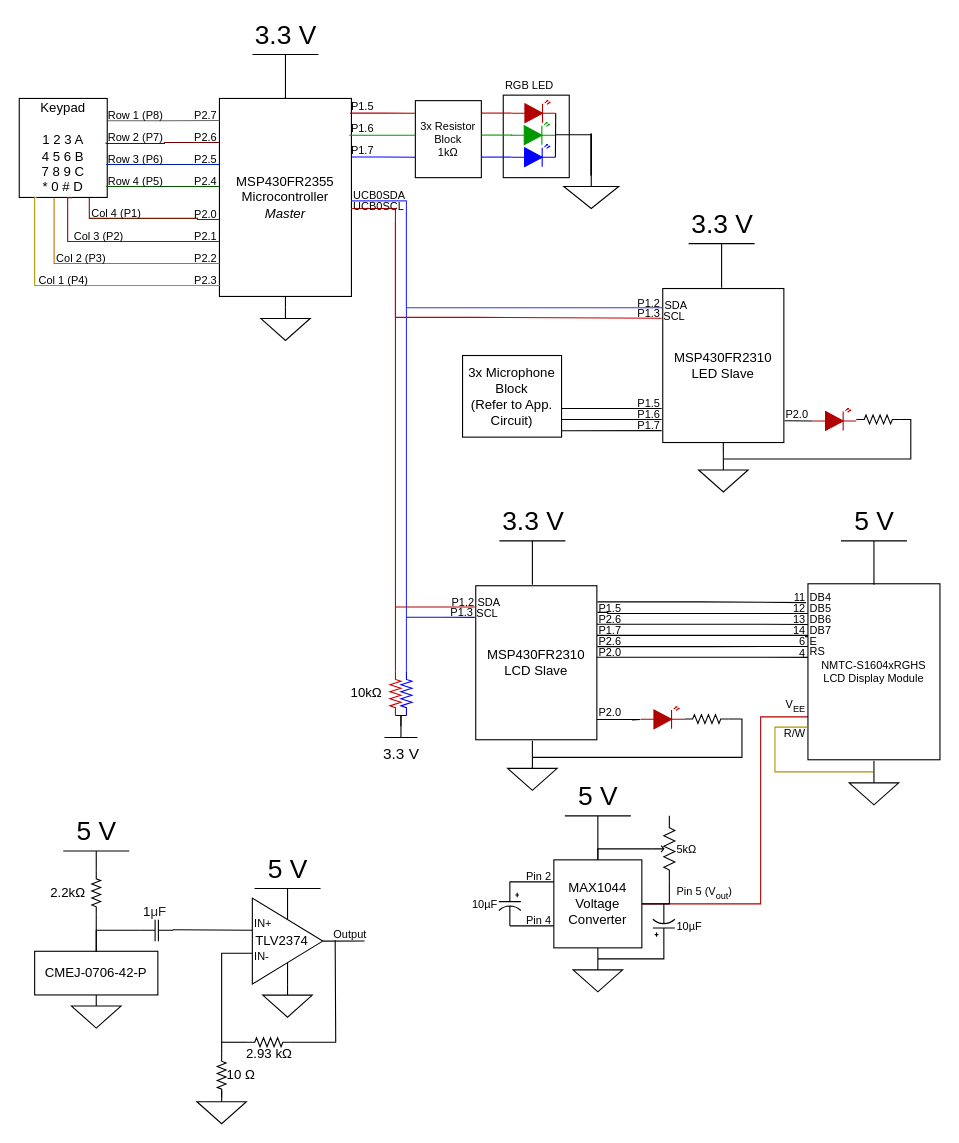
The draw.io diagram docs/assets/CircuitDiagram-gabby.drawio in msu-eele-465/final-project-gabriellaLord, before the edit. Source tidied: cells renumbered, new cells numbered last; positions are measured from the earlier drawing's top-left corner, leaving out a move shared by most shapes. Both pictures are drawn from the tidied source at 110%, with x=0, y=0 at pixel (19, 54).
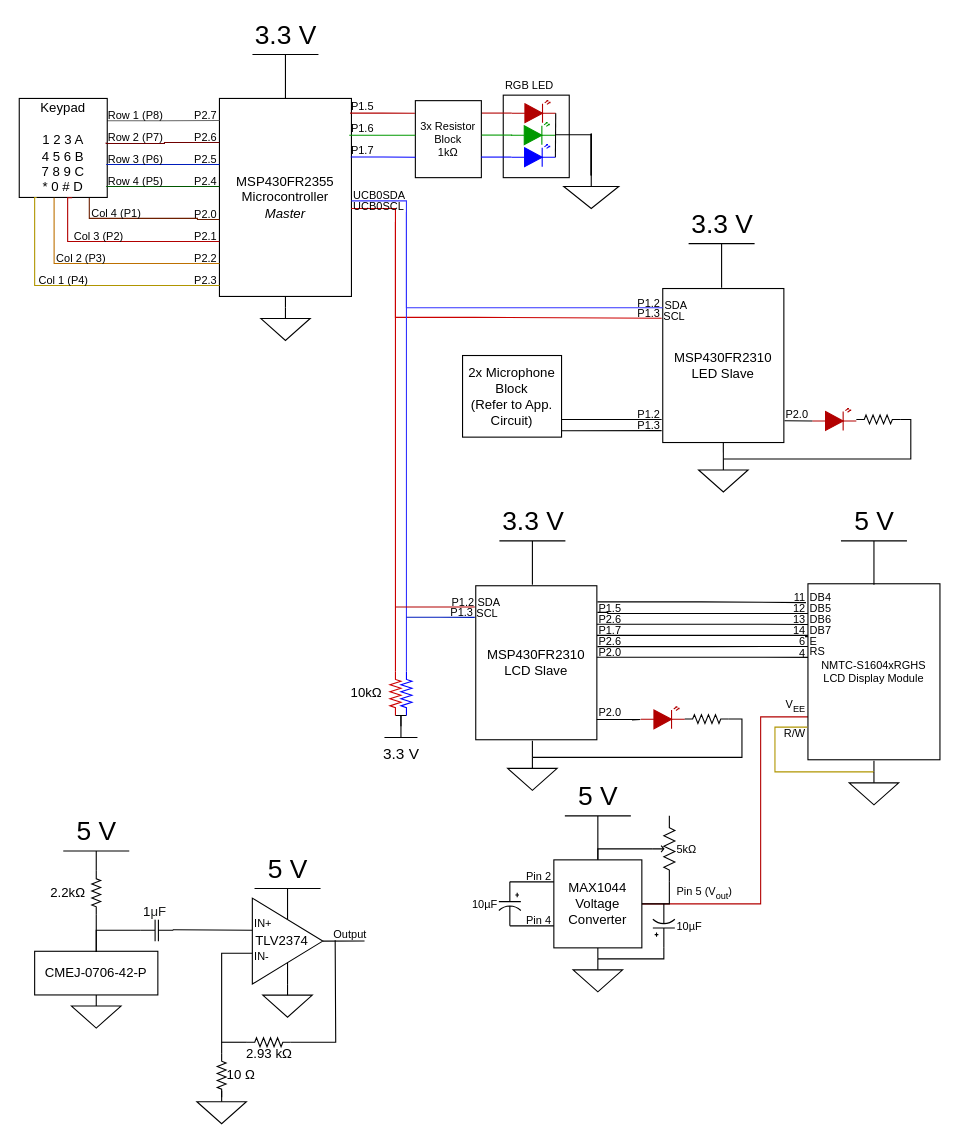
The same page after the edit.

What changed in the source:
```diff
@@
-    <mxCell id="150" value="3x Microphone Block&lt;br&gt;(Refer to App. Circuit)" style="rounded=0;whiteSpace=wrap;html=1;fontFamily=Helvetica;fontSize=12;" parent="1" vertex="1">
+    <mxCell id="150" value="2x Microphone Block&lt;br&gt;(Refer to App. Circuit)" style="rounded=0;whiteSpace=wrap;html=1;fontFamily=Helvetica;fontSize=12;" parent="1" vertex="1">
       <mxGeometry x="403" y="273.7" width="90" height="74.2" as="geometry" />
     </mxCell>
@@
-    <mxCell id="152" style="endArrow=none;html=1;rounded=0;fontFamily=Helvetica;fontSize=12;exitX=1;exitY=0.921;exitDx=0;exitDy=0;exitPerimeter=0;" parent="1" edge="1">
-      <mxGeometry relative="1" as="geometry">
-        <mxPoint x="493" y="321.8" as="sourcePoint" />
-        <mxPoint x="584" y="321.9" as="targetPoint" />
-      </mxGeometry>
-    </mxCell>
@@
-    <mxCell id="157" value="P1.5" style="text;html=1;strokeColor=none;fillColor=none;align=right;verticalAlign=middle;whiteSpace=wrap;rounded=0;fontSize=10;" parent="1" vertex="1">
-      <mxGeometry x="555.1" y="311.8" width="30" height="10" as="geometry" />
-    </mxCell>
-    <mxCell id="158" value="P1.6" style="text;html=1;strokeColor=none;fillColor=none;align=right;verticalAlign=middle;whiteSpace=wrap;rounded=0;fontSize=10;" parent="1" vertex="1">
+    <mxCell id="158" value="P1.2" style="text;html=1;strokeColor=none;fillColor=none;align=right;verticalAlign=middle;whiteSpace=wrap;rounded=0;fontSize=10;" parent="1" vertex="1">
       <mxGeometry x="555" y="321.8" width="30" height="10" as="geometry" />
     </mxCell>
-    <mxCell id="159" value="P1.7" style="text;html=1;strokeColor=none;fillColor=none;align=right;verticalAlign=middle;whiteSpace=wrap;rounded=0;fontSize=10;" parent="1" vertex="1">
+    <mxCell id="159" value="P1.3" style="text;html=1;strokeColor=none;fillColor=none;align=right;verticalAlign=middle;whiteSpace=wrap;rounded=0;fontSize=10;" parent="1" vertex="1">
       <mxGeometry x="555.1" y="331.8" width="30" height="10" as="geometry" />
     </mxCell>
```
